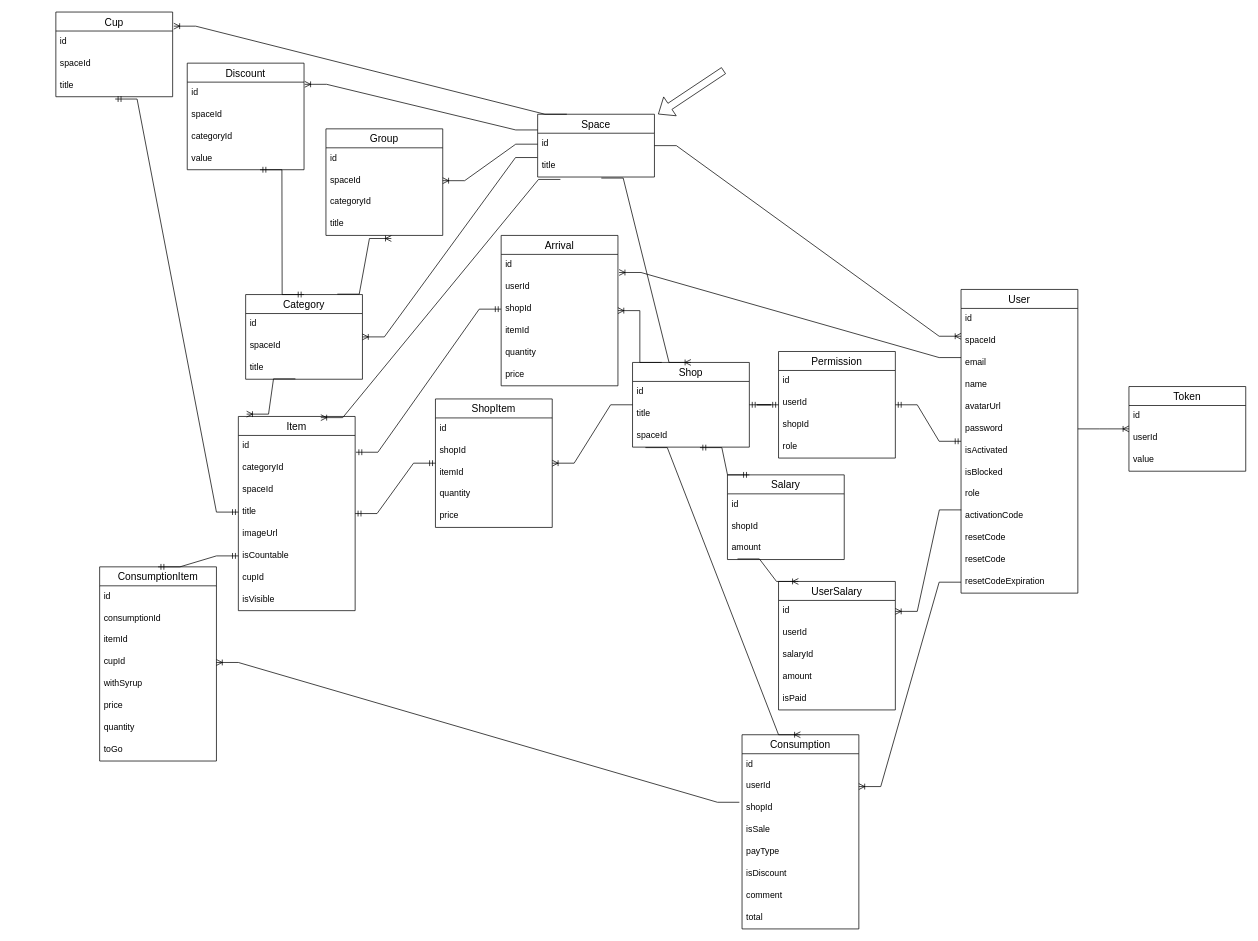
Above: horeca.drawio in Nik68rus/myhoreca (draw.io), before the change. Source tidied: cells renumbered, new cells numbered last; positions are measured from the earlier drawing's top-left corner, leaving out a move shared by most shapes. Both pictures are drawn from the tidied source at 73%, with x=0, y=0 at pixel (55, 12).
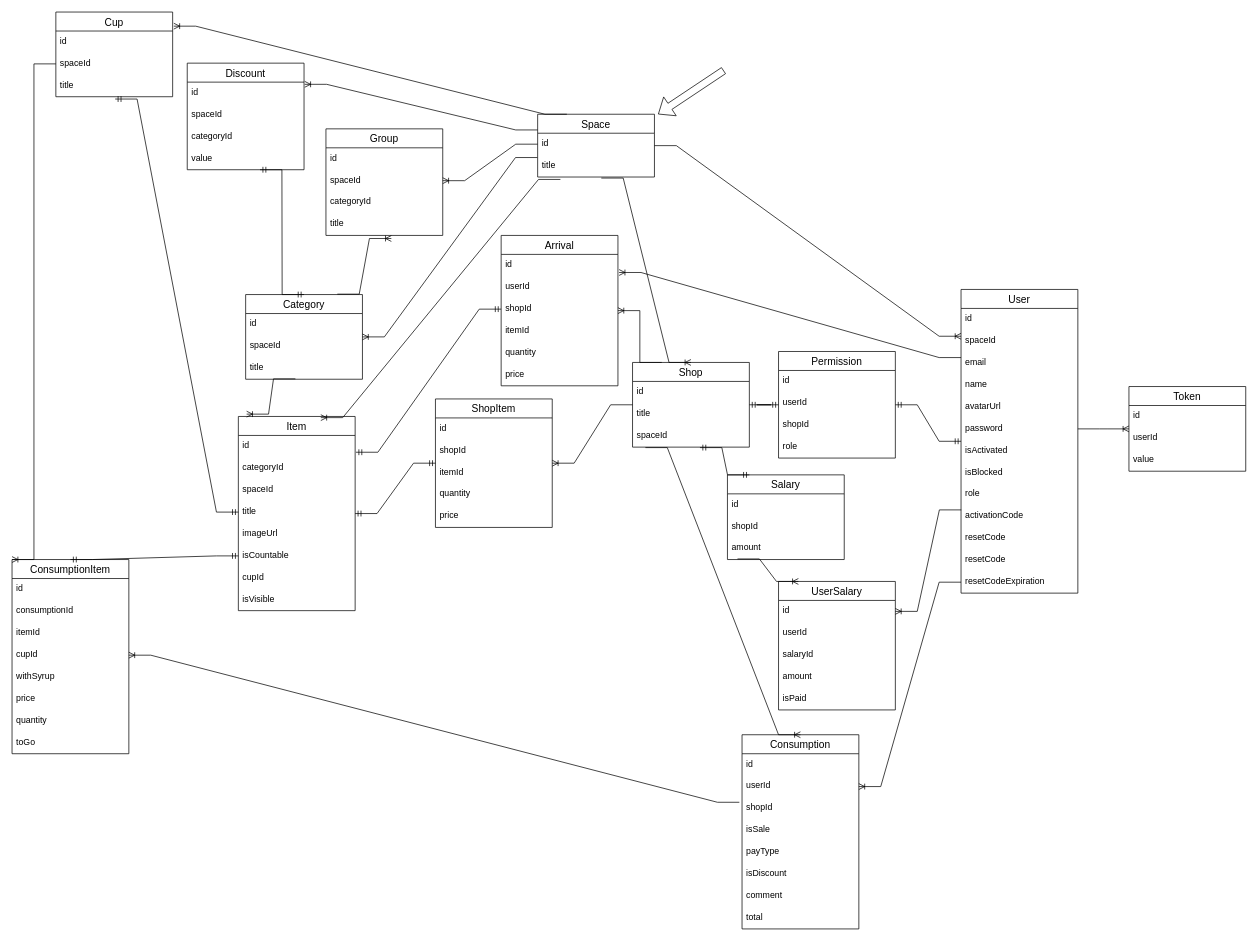
Above is the later version.

Unchanged cells that the change refers to:
```xml
<mxCell id="46" value="spaceId" style="text;strokeColor=none;fillColor=none;spacingLeft=4;spacingRight=4;overflow=hidden;points=[[0,0.5],[1,0.5]];portConstraint=eastwest;fontSize=12;" parent="44" vertex="1">
  <mxGeometry y="56" width="160" height="30" as="geometry" />
</mxCell>
```

What changed in the source:
```diff
@@
     <mxCell id="49" value="ConsumptionItem" style="swimlane;fontStyle=0;horizontal=1;startSize=26;align=center;fontSize=14;" parent="1" vertex="1">
-      <mxGeometry x="60" y="760" width="160" height="266" as="geometry" />
+      <mxGeometry x="-60" y="750" width="160" height="266" as="geometry" />
     </mxCell>
@@
+    <mxCell id="127" style="edgeStyle=entityRelationEdgeStyle;fontSize=12;html=1;endArrow=ERoneToMany;rounded=0;entryX=0;entryY=0;entryDx=0;entryDy=0;exitX=0;exitY=0.5;exitDx=0;exitDy=0;" parent="1" edge="1" source="46" target="49">
+      <mxGeometry relative="1" as="geometry" />
+    </mxCell>
```
